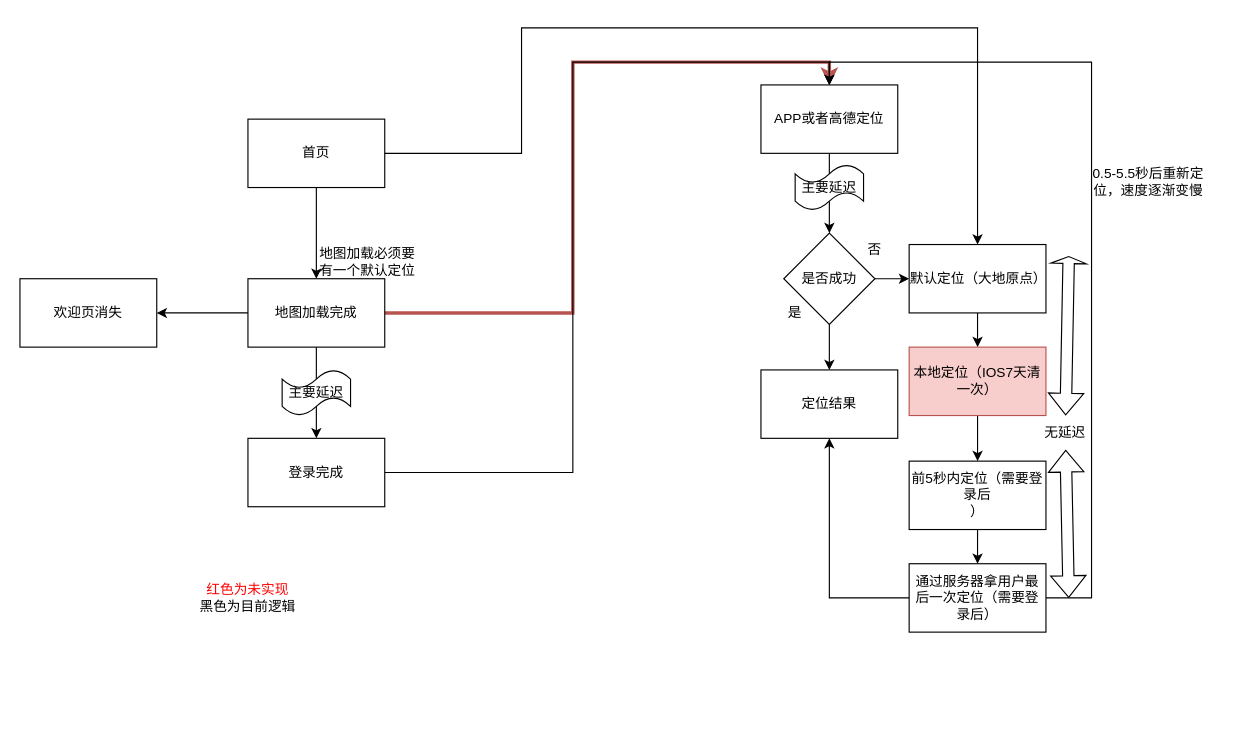
Before: 定位与兜底与登录状态的关系.drawio in Alan1034/heycars_h5, a draw.io diagram. Source tidied: cells renumbered, new cells numbered last; positions are measured from the earlier drawing's top-left corner, leaving out a move shared by most shapes. Both pictures are drawn from the tidied source at 114%, with x=0, y=0 at pixel (19, 27).
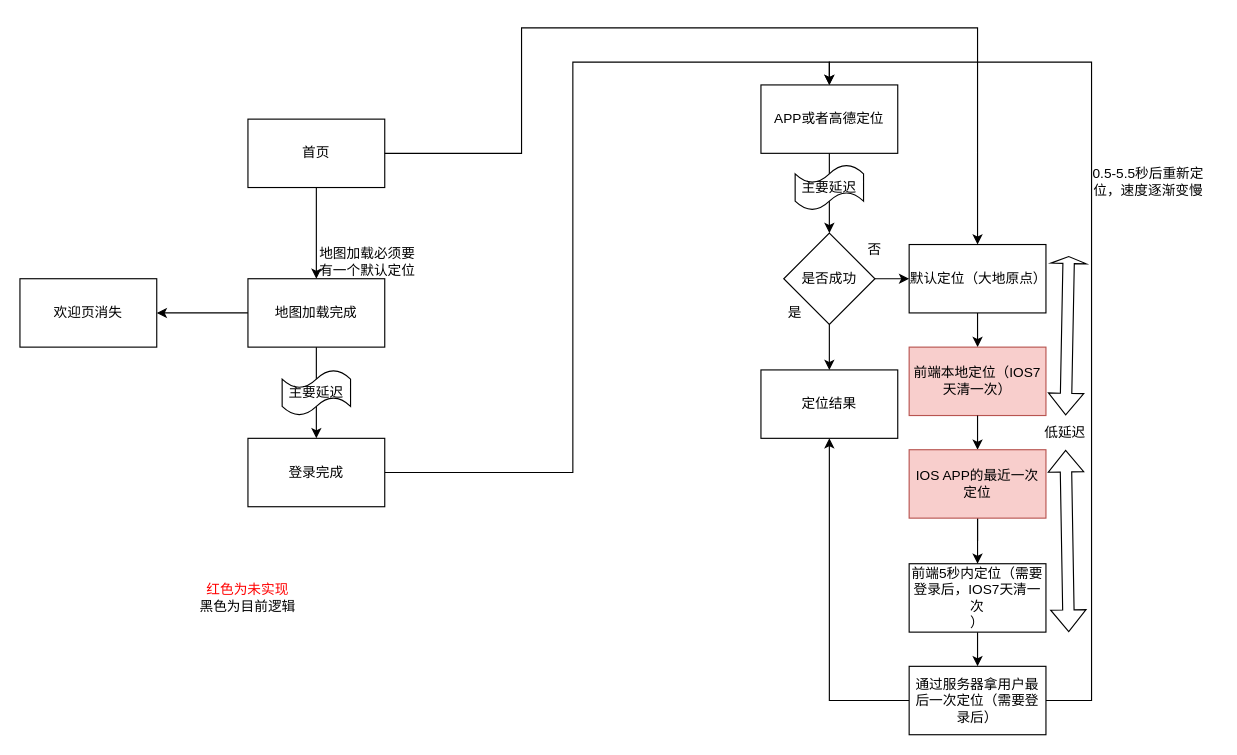
The same diagram, later.

Commit message:
更新定位与兜底与登录状态的关系.drawio

Unchanged cells that the change refers to:
```xml
<mxCell id="7" value="地图加载完成" style="rounded=0;whiteSpace=wrap;html=1;" parent="1" vertex="1">
  <mxGeometry x="200" y="220" width="120" height="60" as="geometry" />
</mxCell>
<mxCell id="11" value="APP或者高德定位" style="rounded=0;whiteSpace=wrap;html=1;" parent="1" vertex="1">
  <mxGeometry x="650" y="50" width="120" height="60" as="geometry" />
</mxCell>
```

What changed in the source:
```diff
@@
-    <mxCell id="4" style="edgeStyle=orthogonalEdgeStyle;rounded=0;jettySize=auto;html=1;entryX=0.5;entryY=0;entryDx=0;entryDy=0;fillColor=#f8cecc;strokeColor=#b85450;strokeWidth=3;" parent="1" edge="1" source="7" target="11">
-      <mxGeometry relative="1" as="geometry">
-        <Array as="points">
-          <mxPoint x="485" y="250" />
-          <mxPoint x="485" y="30" />
-          <mxPoint x="710" y="30" />
-        </Array>
-      </mxGeometry>
-    </mxCell>
@@
     <mxCell id="20" style="edgeStyle=orthogonalEdgeStyle;rounded=0;jettySize=auto;html=1;entryX=0.5;entryY=0;entryDx=0;entryDy=0;" parent="1" edge="1" source="21" target="11">
       <mxGeometry relative="1" as="geometry">
         <Array as="points">
-          <mxPoint x="940" y="500" />
+          <mxPoint x="940" y="590" />
           <mxPoint x="940" y="30" />
           <mxPoint x="710" y="30" />
         </Array>
       </mxGeometry>
     </mxCell>
     <mxCell id="21" value="通过服务器拿用户最后一次定位（需要登录后）" style="whiteSpace=wrap;html=1;rounded=0;" parent="1" vertex="1">
-      <mxGeometry x="780" y="470" width="120" height="60" as="geometry" />
+      <mxGeometry x="780" y="560" width="120" height="60" as="geometry" />
     </mxCell>
@@
-    <mxCell id="23" value="前5秒内定位（需要登录后&lt;br&gt;）" style="whiteSpace=wrap;html=1;rounded=0;" parent="1" vertex="1">
-      <mxGeometry x="780" y="380" width="120" height="60" as="geometry" />
+    <mxCell id="23" value="前端5秒内定位（需要登录后，IOS7天清一次&lt;br&gt;）" style="whiteSpace=wrap;html=1;rounded=0;" parent="1" vertex="1">
+      <mxGeometry x="780" y="470" width="120" height="60" as="geometry" />
     </mxCell>
-    <mxCell id="24" style="edgeStyle=orthogonalEdgeStyle;rounded=0;jettySize=auto;html=1;" parent="1" edge="1" source="25" target="23">
-      <mxGeometry relative="1" as="geometry" />
+    <mxCell id="24" style="edgeStyle=orthogonalEdgeStyle;rounded=0;jettySize=auto;html=1;" parent="1" edge="1" source="39">
+      <mxGeometry relative="1" as="geometry">
+        <mxPoint x="840" y="400" as="targetPoint" />
+      </mxGeometry>
     </mxCell>
-    <mxCell id="25" value="本地定位（IOS7天清一次）" style="rounded=0;whiteSpace=wrap;html=1;fillColor=#f8cecc;strokeColor=#b85450;" parent="1" vertex="1">
+    <mxCell id="25" value="前端本地定位（IOS7天清一次）" style="rounded=0;whiteSpace=wrap;html=1;fillColor=#f8cecc;strokeColor=#b85450;" parent="1" vertex="1">
       <mxGeometry x="780" y="280" width="120" height="60" as="geometry" />
     </mxCell>
@@
     <mxCell id="34" style="shape=flexArrow;endArrow=classic;startArrow=classic;html=1;rounded=0;" parent="1" edge="1" target="35">
       <mxGeometry relative="1" as="geometry">
-        <mxPoint x="920" y="500" as="sourcePoint" />
+        <mxPoint x="920" y="530" as="sourcePoint" />
       </mxGeometry>
     </mxCell>
-    <mxCell id="35" value="无延迟" style="text;html=1;strokeColor=none;fillColor=none;align=center;verticalAlign=middle;whiteSpace=wrap;rounded=0;" parent="1" vertex="1">
+    <mxCell id="35" value="低延迟" style="text;html=1;strokeColor=none;fillColor=none;align=center;verticalAlign=middle;whiteSpace=wrap;rounded=0;" parent="1" vertex="1">
       <mxGeometry x="887" y="340" width="60" height="30" as="geometry" />
     </mxCell>
@@
+    <mxCell id="37" style="edgeStyle=orthogonalEdgeStyle;rounded=0;jettySize=auto;html=1;" parent="1" edge="1" source="39" target="23">
+      <mxGeometry relative="1" as="geometry" />
+    </mxCell>
+    <mxCell id="38" style="edgeStyle=orthogonalEdgeStyle;rounded=0;jettySize=auto;html=1;" parent="1" edge="1" source="25" target="39">
+      <mxGeometry relative="1" as="geometry" />
+    </mxCell>
+    <mxCell id="39" value="IOS APP的最近一次定位" style="rounded=0;whiteSpace=wrap;html=1;fillColor=#f8cecc;strokeColor=#b85450;" parent="1" vertex="1">
+      <mxGeometry x="780" y="370" width="120" height="60" as="geometry" />
+    </mxCell>
```
